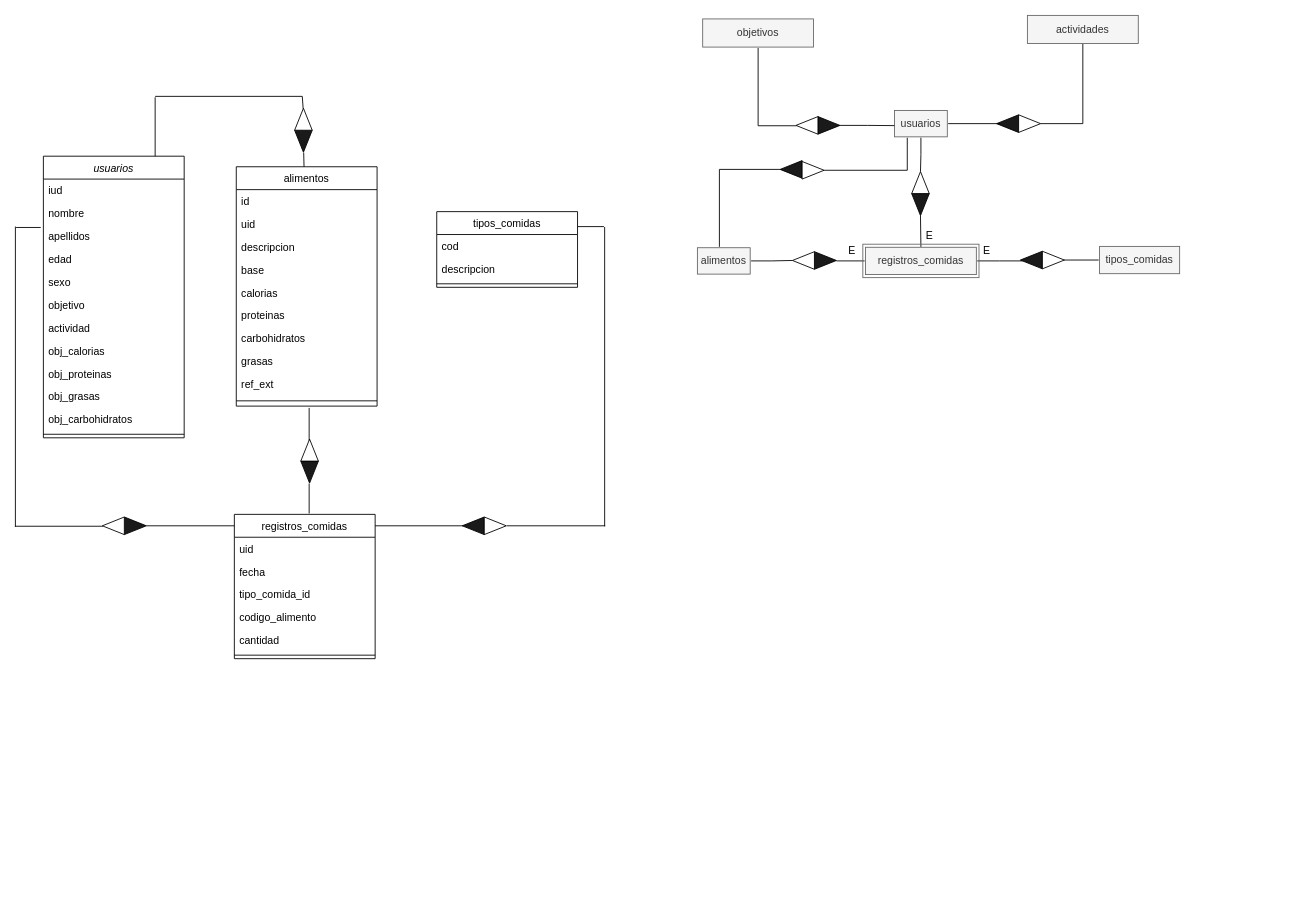
The draw.io diagram docs/Diagrama_entidad_relacion.drawio in yoadiaval/kcalcontrol, before the edit. Source tidied: cells renumbered, new cells numbered last; positions are measured from the earlier drawing's top-left corner, leaving out a move shared by most shapes. Both pictures are drawn from the tidied source at 88%, with x=0, y=0 at pixel (-92, 15).
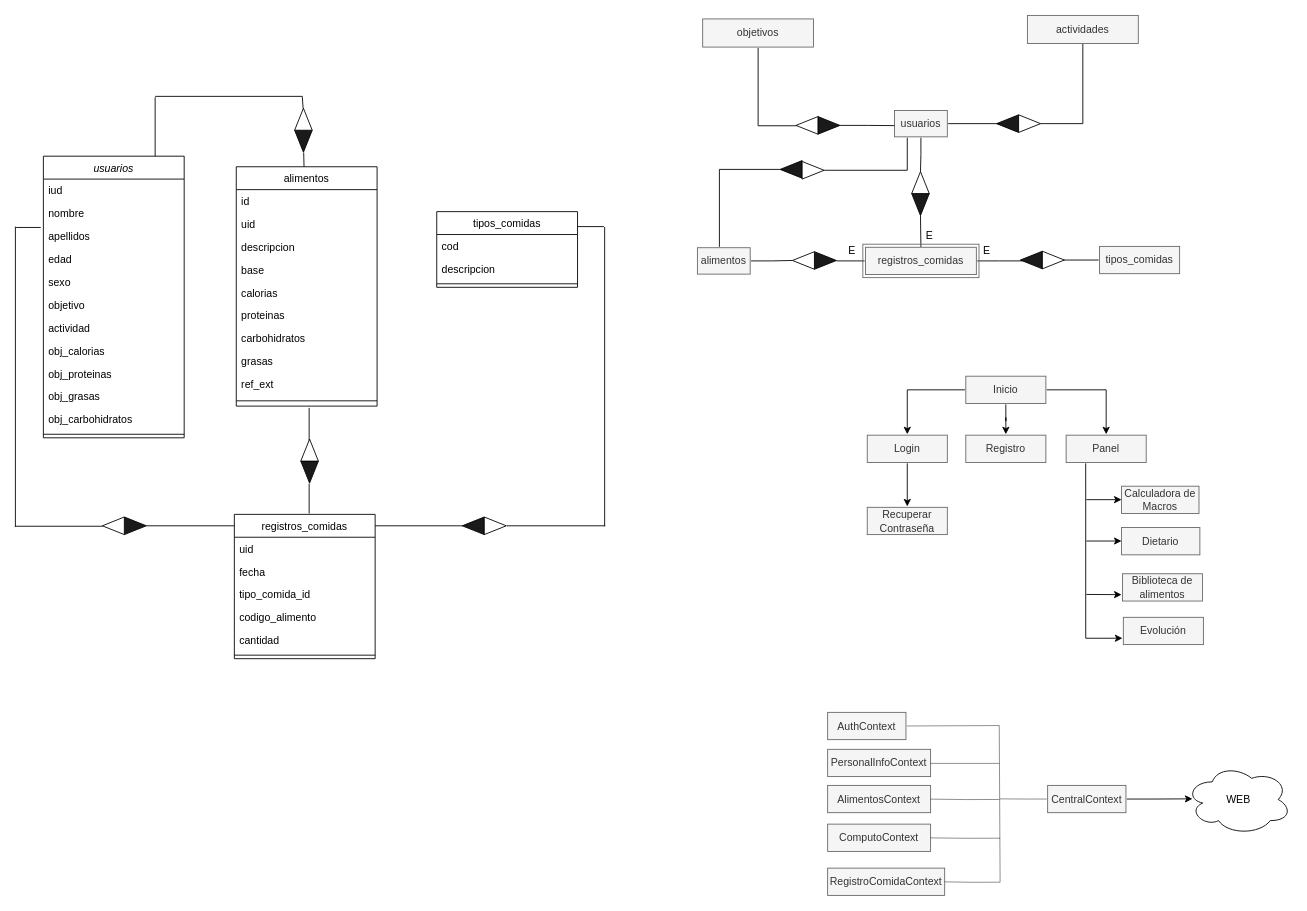
Above is the later version.

What changed in the source:
```diff
@@
+    <mxCell id="101" style="edgeStyle=orthogonalEdgeStyle;rounded=0;jettySize=auto;html=1;" parent="1" edge="1" source="102" target="111">
+      <mxGeometry relative="1" as="geometry" />
+    </mxCell>
+    <mxCell id="102" value="Login" style="text;html=1;align=center;verticalAlign=middle;whiteSpace=wrap;rounded=0;fillColor=#f5f5f5;strokeWidth=1;perimeterSpacing=1;fontColor=#333333;strokeColor=#666666;" parent="1" vertex="1">
+      <mxGeometry x="1089" y="477" width="91" height="31" as="geometry" />
+    </mxCell>
+    <mxCell id="103" style="edgeStyle=orthogonalEdgeStyle;rounded=0;jettySize=auto;html=1;" parent="1" edge="1" source="106" target="107">
+      <mxGeometry relative="1" as="geometry" />
+    </mxCell>
+    <mxCell id="104" style="edgeStyle=orthogonalEdgeStyle;rounded=0;jettySize=auto;html=1;entryX=0.5;entryY=0;entryDx=0;entryDy=0;" parent="1" edge="1" source="106" target="102">
+      <mxGeometry relative="1" as="geometry" />
+    </mxCell>
+    <mxCell id="105" style="edgeStyle=orthogonalEdgeStyle;rounded=0;jettySize=auto;html=1;entryX=0.5;entryY=0;entryDx=0;entryDy=0;" parent="1" edge="1" source="106" target="109">
+      <mxGeometry relative="1" as="geometry" />
+    </mxCell>
+    <mxCell id="106" value="Inicio" style="text;html=1;align=center;verticalAlign=middle;whiteSpace=wrap;rounded=0;fillColor=#f5f5f5;strokeWidth=1;perimeterSpacing=1;fontColor=#333333;strokeColor=#666666;" parent="1" vertex="1">
+      <mxGeometry x="1201" y="410" width="91" height="31" as="geometry" />
+    </mxCell>
+    <mxCell id="107" value="Registro" style="text;html=1;align=center;verticalAlign=middle;whiteSpace=wrap;rounded=0;fillColor=#f5f5f5;strokeWidth=1;perimeterSpacing=1;fontColor=#333333;strokeColor=#666666;" parent="1" vertex="1">
+      <mxGeometry x="1201" y="477" width="91" height="31" as="geometry" />
+    </mxCell>
+    <mxCell id="108" style="edgeStyle=orthogonalEdgeStyle;rounded=0;jettySize=auto;html=1;exitX=0.25;exitY=1;exitDx=0;exitDy=0;entryX=0;entryY=0.75;entryDx=0;entryDy=0;" parent="1" edge="1" source="109" target="113">
+      <mxGeometry relative="1" as="geometry" />
+    </mxCell>
+    <mxCell id="109" value="Panel" style="text;html=1;align=center;verticalAlign=middle;whiteSpace=wrap;rounded=0;fillColor=#f5f5f5;strokeWidth=1;perimeterSpacing=1;fontColor=#333333;strokeColor=#666666;" parent="1" vertex="1">
+      <mxGeometry x="1315" y="477" width="91" height="31" as="geometry" />
+    </mxCell>
+    <mxCell id="110" value="Calculadora de Macros" style="text;html=1;align=center;verticalAlign=middle;whiteSpace=wrap;rounded=0;fillColor=#f5f5f5;strokeWidth=1;perimeterSpacing=1;fontColor=#333333;strokeColor=#666666;" parent="1" vertex="1">
+      <mxGeometry x="1378" y="535" width="88" height="31" as="geometry" />
+    </mxCell>
+    <mxCell id="111" value="Recuperar Contraseña" style="text;html=1;align=center;verticalAlign=middle;whiteSpace=wrap;rounded=0;fillColor=#f5f5f5;strokeWidth=1;perimeterSpacing=1;fontColor=#333333;strokeColor=#666666;" parent="1" vertex="1">
+      <mxGeometry x="1089" y="559" width="91" height="31" as="geometry" />
+    </mxCell>
+    <mxCell id="112" value="Dietario" style="text;html=1;align=center;verticalAlign=middle;whiteSpace=wrap;rounded=0;fillColor=#f5f5f5;strokeWidth=1;perimeterSpacing=1;fontColor=#333333;strokeColor=#666666;" parent="1" vertex="1">
+      <mxGeometry x="1378" y="582" width="89" height="31" as="geometry" />
+    </mxCell>
+    <mxCell id="113" value="Evolución" style="text;html=1;align=center;verticalAlign=middle;whiteSpace=wrap;rounded=0;fillColor=#f5f5f5;strokeWidth=1;perimeterSpacing=1;fontColor=#333333;strokeColor=#666666;" parent="1" vertex="1">
+      <mxGeometry x="1380" y="684" width="91" height="31" as="geometry" />
+    </mxCell>
+    <mxCell id="114" value="Biblioteca de alimentos" style="text;html=1;align=center;verticalAlign=middle;whiteSpace=wrap;rounded=0;fillColor=#f5f5f5;strokeWidth=1;perimeterSpacing=1;fontColor=#333333;strokeColor=#666666;" parent="1" vertex="1">
+      <mxGeometry x="1379" y="634.5" width="91" height="31" as="geometry" />
+    </mxCell>
+    <mxCell id="115" style="endArrow=classic;html=1;rounded=0;entryX=0;entryY=0.75;entryDx=0;entryDy=0;" parent="1" edge="1" target="114">
+      <mxGeometry relative="1" as="geometry">
+        <mxPoint x="1338" y="658" as="sourcePoint" />
+      </mxGeometry>
+    </mxCell>
+    <mxCell id="116" style="endArrow=classic;html=1;rounded=0;entryX=0;entryY=0.75;entryDx=0;entryDy=0;" parent="1" edge="1">
+      <mxGeometry relative="1" as="geometry">
+        <mxPoint x="1338" y="597.3" as="sourcePoint" />
+        <mxPoint x="1378" y="597.3" as="targetPoint" />
+      </mxGeometry>
+    </mxCell>
+    <mxCell id="117" style="endArrow=classic;html=1;rounded=0;entryX=0;entryY=0.75;entryDx=0;entryDy=0;" parent="1" edge="1">
+      <mxGeometry relative="1" as="geometry">
+        <mxPoint x="1338" y="550.3" as="sourcePoint" />
+        <mxPoint x="1378" y="550.3" as="targetPoint" />
+      </mxGeometry>
+    </mxCell>
+    <mxCell id="118" style="edgeStyle=orthogonalEdgeStyle;rounded=0;jettySize=auto;html=1;exitX=1;exitY=0.5;exitDx=0;exitDy=0;endArrow=none;endFill=0;strokeWidth=0.5;" parent="1" edge="1" source="119">
+      <mxGeometry relative="1" as="geometry">
+        <mxPoint x="1239" y="807" as="targetPoint" />
+      </mxGeometry>
+    </mxCell>
+    <mxCell id="119" value="AuthContext" style="text;html=1;align=center;verticalAlign=middle;whiteSpace=wrap;rounded=0;fillColor=#f5f5f5;strokeWidth=1;perimeterSpacing=1;fontColor=#333333;strokeColor=#666666;" parent="1" vertex="1">
+      <mxGeometry x="1044" y="792" width="89" height="31" as="geometry" />
+    </mxCell>
+    <mxCell id="120" value="PersonalInfoContext" style="text;html=1;align=center;verticalAlign=middle;whiteSpace=wrap;rounded=0;fillColor=#f5f5f5;strokeWidth=1;perimeterSpacing=1;fontColor=#333333;strokeColor=#666666;" parent="1" vertex="1">
+      <mxGeometry x="1044" y="834" width="117" height="31" as="geometry" />
+    </mxCell>
+    <mxCell id="121" value="AlimentosContext" style="text;html=1;align=center;verticalAlign=middle;whiteSpace=wrap;rounded=0;fillColor=#f5f5f5;strokeWidth=1;perimeterSpacing=1;fontColor=#333333;strokeColor=#666666;" parent="1" vertex="1">
+      <mxGeometry x="1044" y="875" width="117" height="31" as="geometry" />
+    </mxCell>
+    <mxCell id="122" value="ComputoContext" style="text;html=1;align=center;verticalAlign=middle;whiteSpace=wrap;rounded=0;fillColor=#f5f5f5;strokeWidth=1;perimeterSpacing=1;fontColor=#333333;strokeColor=#666666;" parent="1" vertex="1">
+      <mxGeometry x="1044" y="919" width="117" height="31" as="geometry" />
+    </mxCell>
+    <mxCell id="123" value="RegistroComidaContext" style="text;html=1;align=center;verticalAlign=middle;whiteSpace=wrap;rounded=0;fillColor=#f5f5f5;strokeWidth=1;perimeterSpacing=1;fontColor=#333333;strokeColor=#666666;" parent="1" vertex="1">
+      <mxGeometry x="1044" y="969" width="133" height="31" as="geometry" />
+    </mxCell>
+    <mxCell id="124" style="edgeStyle=orthogonalEdgeStyle;rounded=0;jettySize=auto;html=1;exitX=0;exitY=0.5;exitDx=0;exitDy=0;endArrow=none;endFill=0;strokeWidth=0.5;" parent="1" edge="1" source="125">
+      <mxGeometry relative="1" as="geometry">
+        <mxPoint x="1239.7" y="890.3" as="targetPoint" />
+      </mxGeometry>
+    </mxCell>
+    <mxCell id="125" value="CentralContext" style="text;html=1;align=center;verticalAlign=middle;whiteSpace=wrap;rounded=0;fillColor=#f5f5f5;strokeWidth=1;perimeterSpacing=1;fontColor=#333333;strokeColor=#666666;" parent="1" vertex="1">
+      <mxGeometry x="1294" y="875" width="89" height="31" as="geometry" />
+    </mxCell>
+    <mxCell id="126" style="endArrow=none;html=1;rounded=0;strokeWidth=0.5;" parent="1" edge="1">
+      <mxGeometry relative="1" as="geometry">
+        <mxPoint x="1240" y="985" as="sourcePoint" />
+        <mxPoint x="1239" y="807" as="targetPoint" />
+      </mxGeometry>
+    </mxCell>
+    <mxCell id="127" style="edgeStyle=orthogonalEdgeStyle;rounded=0;orthogonalLoop=1;jettySize=auto;html=1;exitX=1;exitY=0.5;exitDx=0;exitDy=0;endArrow=none;endFill=0;strokeWidth=0.5;" parent="1" edge="1">
+      <mxGeometry relative="1" as="geometry">
+        <mxPoint x="1161" y="850" as="sourcePoint" />
+        <mxPoint x="1239" y="850" as="targetPoint" />
+      </mxGeometry>
+    </mxCell>
+    <mxCell id="128" style="edgeStyle=orthogonalEdgeStyle;rounded=0;orthogonalLoop=1;jettySize=auto;html=1;exitX=1;exitY=0.5;exitDx=0;exitDy=0;endArrow=none;endFill=0;strokeWidth=0.5;" parent="1" edge="1">
+      <mxGeometry relative="1" as="geometry">
+        <mxPoint x="1161" y="890.6" as="sourcePoint" />
+        <mxPoint x="1239" y="891" as="targetPoint" />
+      </mxGeometry>
+    </mxCell>
+    <mxCell id="129" style="edgeStyle=orthogonalEdgeStyle;rounded=0;orthogonalLoop=1;jettySize=auto;html=1;exitX=1;exitY=0.5;exitDx=0;exitDy=0;endArrow=none;endFill=0;strokeWidth=0.5;" parent="1" edge="1">
+      <mxGeometry relative="1" as="geometry">
+        <mxPoint x="1161" y="934.6" as="sourcePoint" />
+        <mxPoint x="1240" y="935" as="targetPoint" />
+      </mxGeometry>
+    </mxCell>
+    <mxCell id="130" style="edgeStyle=orthogonalEdgeStyle;rounded=0;orthogonalLoop=1;jettySize=auto;html=1;exitX=1;exitY=0.5;exitDx=0;exitDy=0;endArrow=none;endFill=0;strokeWidth=0.5;" parent="1" edge="1">
+      <mxGeometry relative="1" as="geometry">
+        <mxPoint x="1177" y="984.6" as="sourcePoint" />
+        <mxPoint x="1240" y="985" as="targetPoint" />
+      </mxGeometry>
+    </mxCell>
+    <mxCell id="131" style="ellipse;shape=cloud;whiteSpace=wrap;html=1;" parent="1" vertex="1">
+      <mxGeometry x="1451" y="851" width="120" height="80" as="geometry" />
+    </mxCell>
+    <mxCell id="132" style="edgeStyle=orthogonalEdgeStyle;rounded=0;jettySize=auto;html=1;entryX=0.063;entryY=0.491;entryDx=0;entryDy=0;entryPerimeter=0;" parent="1" edge="1" source="125" target="131">
+      <mxGeometry relative="1" as="geometry" />
+    </mxCell>
+    <mxCell id="133" value="WEB" style="text;html=1;align=center;verticalAlign=middle;whiteSpace=wrap;rounded=0;" parent="1" vertex="1">
+      <mxGeometry x="1481" y="875.5" width="60" height="30" as="geometry" />
+    </mxCell>
```
